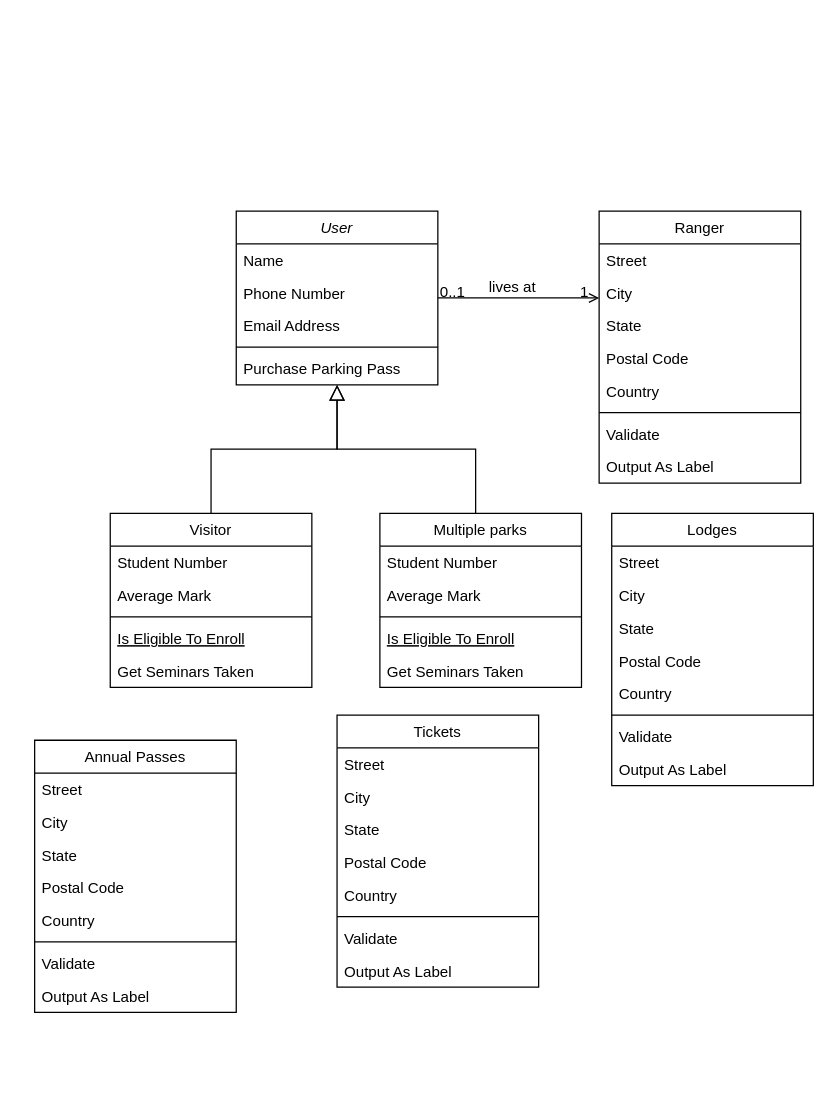
This is UML Class Diagram.drawio from cruz-welandi/UML_Class_Diagram, a draw.io file, before an edit. Source tidied: cells renumbered, new cells numbered last; positions are measured from the earlier drawing's top-left corner, leaving out a move shared by most shapes. Both pictures are drawn from the tidied source at 126%, with x=0, y=0 at pixel (34, 210).
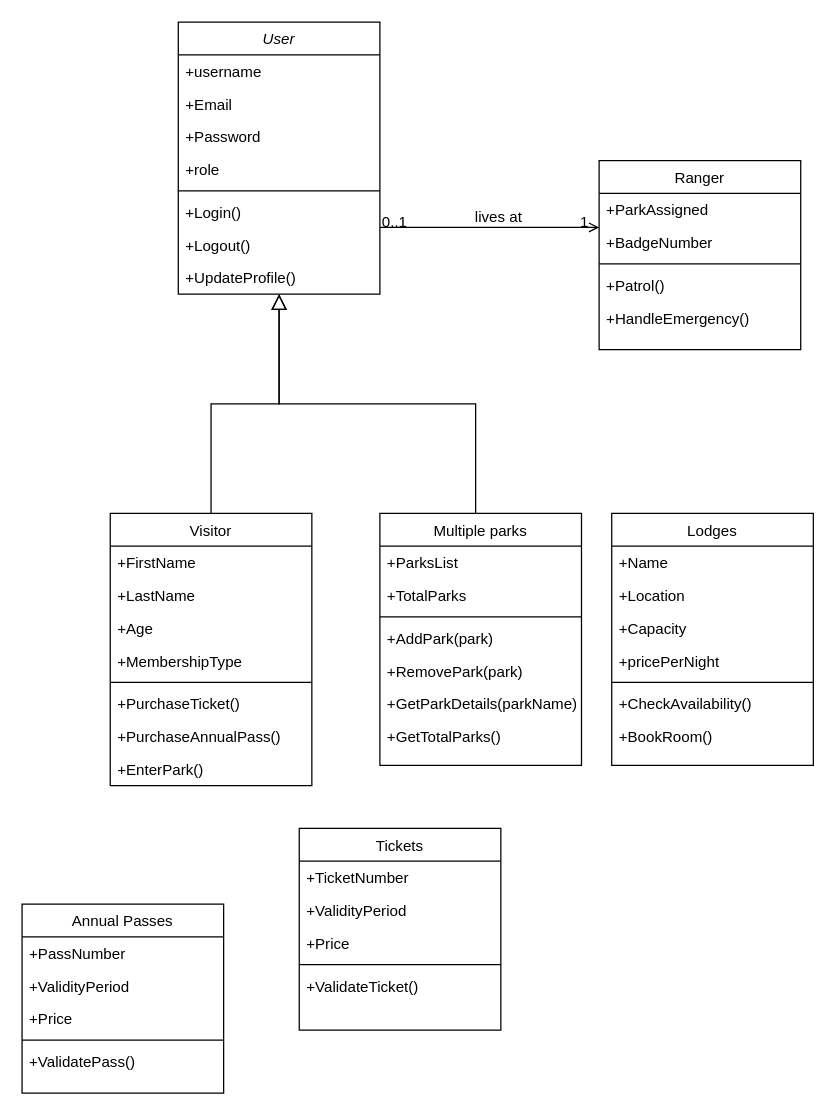
Above is the later version.

Commit message (it also covers changes not shown here):
Mettre à jour UML Class Diagram.drawio

The edit, as a diff of the source:
```diff
@@
     <mxCell id="2" value="User" style="swimlane;fontStyle=2;align=center;verticalAlign=top;horizontal=1;startSize=26;rounded=0;shadow=0;strokeWidth=1;" parent="1" vertex="1">
-      <mxGeometry x="160" width="160" height="138" as="geometry" />
+      <mxGeometry x="114" y="-150" width="160" height="216" as="geometry" />
     </mxCell>
-    <mxCell id="3" value="Name" style="text;align=left;verticalAlign=top;spacingLeft=4;spacingRight=4;overflow=hidden;" parent="2" vertex="1">
+    <mxCell id="3" value="+username" style="text;align=left;verticalAlign=top;spacingLeft=4;spacingRight=4;overflow=hidden;" parent="2" vertex="1">
       <mxGeometry y="26" width="160" height="26" as="geometry" />
     </mxCell>
-    <mxCell id="4" value="Phone Number" style="text;align=left;verticalAlign=top;spacingLeft=4;spacingRight=4;overflow=hidden;rounded=0;shadow=0;html=0;" parent="2" vertex="1">
+    <mxCell id="4" value="+Email" style="text;align=left;verticalAlign=top;spacingLeft=4;spacingRight=4;overflow=hidden;rounded=0;shadow=0;html=0;" parent="2" vertex="1">
       <mxGeometry y="52" width="160" height="26" as="geometry" />
     </mxCell>
-    <mxCell id="5" value="Email Address" style="text;align=left;verticalAlign=top;spacingLeft=4;spacingRight=4;overflow=hidden;rounded=0;shadow=0;html=0;" parent="2" vertex="1">
+    <mxCell id="5" value="+Password" style="text;align=left;verticalAlign=top;spacingLeft=4;spacingRight=4;overflow=hidden;rounded=0;shadow=0;html=0;" parent="2" vertex="1">
       <mxGeometry y="78" width="160" height="26" as="geometry" />
     </mxCell>
+    <mxCell id="62" value="+role" style="text;align=left;verticalAlign=top;spacingLeft=4;spacingRight=4;overflow=hidden;rounded=0;shadow=0;html=0;" parent="2" vertex="1">
+      <mxGeometry y="104" width="160" height="26" as="geometry" />
+    </mxCell>
     <mxCell id="6" style="line;html=1;strokeWidth=1;align=left;verticalAlign=middle;spacingTop=-1;spacingLeft=3;spacingRight=3;labelPosition=right;" parent="2" vertex="1">
-      <mxGeometry y="104" width="160" height="8" as="geometry" />
+      <mxGeometry y="130" width="160" height="8" as="geometry" />
     </mxCell>
-    <mxCell id="7" value="Purchase Parking Pass" style="text;align=left;verticalAlign=top;spacingLeft=4;spacingRight=4;overflow=hidden;" parent="2" vertex="1">
-      <mxGeometry y="112" width="160" height="26" as="geometry" />
+    <mxCell id="7" value="+Login()" style="text;align=left;verticalAlign=top;spacingLeft=4;spacingRight=4;overflow=hidden;" parent="2" vertex="1">
+      <mxGeometry y="138" width="160" height="26" as="geometry" />
     </mxCell>
+    <mxCell id="63" value="+Logout()" style="text;align=left;verticalAlign=top;spacingLeft=4;spacingRight=4;overflow=hidden;" parent="2" vertex="1">
+      <mxGeometry y="164" width="160" height="26" as="geometry" />
+    </mxCell>
+    <mxCell id="64" value="+UpdateProfile()" style="text;align=left;verticalAlign=top;spacingLeft=4;spacingRight=4;overflow=hidden;" parent="2" vertex="1">
+      <mxGeometry y="190" width="160" height="26" as="geometry" />
+    </mxCell>
     <mxCell id="8" value="Visitor" style="swimlane;fontStyle=0;align=center;verticalAlign=top;horizontal=1;startSize=26;rounded=0;shadow=0;strokeWidth=1;" parent="1" vertex="1">
-      <mxGeometry x="60" y="240" width="160" height="138" as="geometry" />
+      <mxGeometry x="60" y="240" width="160" height="216" as="geometry" />
     </mxCell>
-    <mxCell id="9" value="Student Number" style="text;align=left;verticalAlign=top;spacingLeft=4;spacingRight=4;overflow=hidden;" parent="8" vertex="1">
+    <mxCell id="9" value="+FirstName" style="text;align=left;verticalAlign=top;spacingLeft=4;spacingRight=4;overflow=hidden;" parent="8" vertex="1">
       <mxGeometry y="26" width="160" height="26" as="geometry" />
     </mxCell>
-    <mxCell id="10" value="Average Mark" style="text;align=left;verticalAlign=top;spacingLeft=4;spacingRight=4;overflow=hidden;rounded=0;shadow=0;html=0;" parent="8" vertex="1">
+    <mxCell id="10" value="+LastName" style="text;align=left;verticalAlign=top;spacingLeft=4;spacingRight=4;overflow=hidden;rounded=0;shadow=0;html=0;" parent="8" vertex="1">
       <mxGeometry y="52" width="160" height="26" as="geometry" />
     </mxCell>
+    <mxCell id="65" value="+Age" style="text;align=left;verticalAlign=top;spacingLeft=4;spacingRight=4;overflow=hidden;" parent="8" vertex="1">
+      <mxGeometry y="78" width="160" height="26" as="geometry" />
+    </mxCell>
+    <mxCell id="66" value="+MembershipType" style="text;align=left;verticalAlign=top;spacingLeft=4;spacingRight=4;overflow=hidden;" parent="8" vertex="1">
+      <mxGeometry y="104" width="160" height="26" as="geometry" />
+    </mxCell>
     <mxCell id="11" style="line;html=1;strokeWidth=1;align=left;verticalAlign=middle;spacingTop=-1;spacingLeft=3;spacingRight=3;labelPosition=right;" parent="8" vertex="1">
-      <mxGeometry y="78" width="160" height="8" as="geometry" />
+      <mxGeometry y="130" width="160" height="8" as="geometry" />
     </mxCell>
-    <mxCell id="12" value="Is Eligible To Enroll" style="text;align=left;verticalAlign=top;spacingLeft=4;spacingRight=4;overflow=hidden;fontStyle=4;" parent="8" vertex="1">
-      <mxGeometry y="86" width="160" height="26" as="geometry" />
+    <mxCell id="12" value="+PurchaseTicket()" style="text;align=left;verticalAlign=top;spacingLeft=4;spacingRight=4;overflow=hidden;fontStyle=0;" parent="8" vertex="1">
+      <mxGeometry y="138" width="160" height="26" as="geometry" />
     </mxCell>
-    <mxCell id="13" value="Get Seminars Taken" style="text;align=left;verticalAlign=top;spacingLeft=4;spacingRight=4;overflow=hidden;" parent="8" vertex="1">
-      <mxGeometry y="112" width="160" height="26" as="geometry" />
-    </mxCell>
+    <mxCell id="67" value="+PurchaseAnnualPass()" style="text;align=left;verticalAlign=top;spacingLeft=4;spacingRight=4;overflow=hidden;fontStyle=0;" parent="8" vertex="1">
+      <mxGeometry y="164" width="160" height="26" as="geometry" />
+    </mxCell>
+    <mxCell id="68" value="+EnterPark()" style="text;align=left;verticalAlign=top;spacingLeft=4;spacingRight=4;overflow=hidden;fontStyle=0;" parent="8" vertex="1">
+      <mxGeometry y="190" width="160" height="26" as="geometry" />
+    </mxCell>
@@
     <mxCell id="16" value="Ranger" style="swimlane;fontStyle=0;align=center;verticalAlign=top;horizontal=1;startSize=26;rounded=0;shadow=0;strokeWidth=1;" parent="1" vertex="1">
-      <mxGeometry x="448" width="160" height="216" as="geometry" />
+      <mxGeometry x="448" y="-40" width="160" height="150" as="geometry" />
     </mxCell>
-    <mxCell id="17" value="Street" style="text;align=left;verticalAlign=top;spacingLeft=4;spacingRight=4;overflow=hidden;" parent="16" vertex="1">
+    <mxCell id="17" value="+ParkAssigned" style="text;align=left;verticalAlign=top;spacingLeft=4;spacingRight=4;overflow=hidden;" parent="16" vertex="1">
       <mxGeometry y="26" width="160" height="26" as="geometry" />
     </mxCell>
-    <mxCell id="18" value="City" style="text;align=left;verticalAlign=top;spacingLeft=4;spacingRight=4;overflow=hidden;rounded=0;shadow=0;html=0;" parent="16" vertex="1">
+    <mxCell id="18" value="+BadgeNumber" style="text;align=left;verticalAlign=top;spacingLeft=4;spacingRight=4;overflow=hidden;rounded=0;shadow=0;html=0;" parent="16" vertex="1">
       <mxGeometry y="52" width="160" height="26" as="geometry" />
     </mxCell>
-    <mxCell id="19" value="State" style="text;align=left;verticalAlign=top;spacingLeft=4;spacingRight=4;overflow=hidden;rounded=0;shadow=0;html=0;" parent="16" vertex="1">
-      <mxGeometry y="78" width="160" height="26" as="geometry" />
-    </mxCell>
-    <mxCell id="20" value="Postal Code" style="text;align=left;verticalAlign=top;spacingLeft=4;spacingRight=4;overflow=hidden;rounded=0;shadow=0;html=0;" parent="16" vertex="1">
-      <mxGeometry y="104" width="160" height="26" as="geometry" />
-    </mxCell>
-    <mxCell id="21" value="Country" style="text;align=left;verticalAlign=top;spacingLeft=4;spacingRight=4;overflow=hidden;rounded=0;shadow=0;html=0;" parent="16" vertex="1">
-      <mxGeometry y="130" width="160" height="26" as="geometry" />
-    </mxCell>
     <mxCell id="22" style="line;html=1;strokeWidth=1;align=left;verticalAlign=middle;spacingTop=-1;spacingLeft=3;spacingRight=3;labelPosition=right;" parent="16" vertex="1">
-      <mxGeometry y="156" width="160" height="8" as="geometry" />
+      <mxGeometry y="78" width="160" height="8" as="geometry" />
     </mxCell>
-    <mxCell id="23" value="Validate" style="text;align=left;verticalAlign=top;spacingLeft=4;spacingRight=4;overflow=hidden;" parent="16" vertex="1">
-      <mxGeometry y="164" width="160" height="26" as="geometry" />
+    <mxCell id="23" value="+Patrol()" style="text;align=left;verticalAlign=top;spacingLeft=4;spacingRight=4;overflow=hidden;" parent="16" vertex="1">
+      <mxGeometry y="86" width="160" height="26" as="geometry" />
     </mxCell>
-    <mxCell id="24" value="Output As Label" style="text;align=left;verticalAlign=top;spacingLeft=4;spacingRight=4;overflow=hidden;" parent="16" vertex="1">
-      <mxGeometry y="190" width="160" height="26" as="geometry" />
+    <mxCell id="24" value="+HandleEmergency()" style="text;align=left;verticalAlign=top;spacingLeft=4;spacingRight=4;overflow=hidden;" parent="16" vertex="1">
+      <mxGeometry y="112" width="160" height="26" as="geometry" />
     </mxCell>
@@
     <mxCell id="29" value="Lodges" style="swimlane;fontStyle=0;align=center;verticalAlign=top;horizontal=1;startSize=26;rounded=0;shadow=0;strokeWidth=1;" parent="1" vertex="1">
-      <mxGeometry x="458" y="240" width="160" height="216" as="geometry" />
+      <mxGeometry x="458" y="240" width="160" height="200" as="geometry" />
     </mxCell>
-    <mxCell id="30" value="Street" style="text;align=left;verticalAlign=top;spacingLeft=4;spacingRight=4;overflow=hidden;" parent="29" vertex="1">
+    <mxCell id="30" value="+Name" style="text;align=left;verticalAlign=top;spacingLeft=4;spacingRight=4;overflow=hidden;" parent="29" vertex="1">
       <mxGeometry y="26" width="160" height="26" as="geometry" />
     </mxCell>
-    <mxCell id="31" value="City" style="text;align=left;verticalAlign=top;spacingLeft=4;spacingRight=4;overflow=hidden;rounded=0;shadow=0;html=0;" parent="29" vertex="1">
+    <mxCell id="31" value="+Location" style="text;align=left;verticalAlign=top;spacingLeft=4;spacingRight=4;overflow=hidden;rounded=0;shadow=0;html=0;" parent="29" vertex="1">
       <mxGeometry y="52" width="160" height="26" as="geometry" />
     </mxCell>
-    <mxCell id="32" value="State" style="text;align=left;verticalAlign=top;spacingLeft=4;spacingRight=4;overflow=hidden;rounded=0;shadow=0;html=0;" parent="29" vertex="1">
+    <mxCell id="32" value="+Capacity" style="text;align=left;verticalAlign=top;spacingLeft=4;spacingRight=4;overflow=hidden;rounded=0;shadow=0;html=0;" parent="29" vertex="1">
       <mxGeometry y="78" width="160" height="26" as="geometry" />
     </mxCell>
-    <mxCell id="33" value="Postal Code" style="text;align=left;verticalAlign=top;spacingLeft=4;spacingRight=4;overflow=hidden;rounded=0;shadow=0;html=0;" parent="29" vertex="1">
+    <mxCell id="33" value="+pricePerNight" style="text;align=left;verticalAlign=top;spacingLeft=4;spacingRight=4;overflow=hidden;rounded=0;shadow=0;html=0;" parent="29" vertex="1">
       <mxGeometry y="104" width="160" height="26" as="geometry" />
     </mxCell>
-    <mxCell id="34" value="Country" style="text;align=left;verticalAlign=top;spacingLeft=4;spacingRight=4;overflow=hidden;rounded=0;shadow=0;html=0;" parent="29" vertex="1">
-      <mxGeometry y="130" width="160" height="26" as="geometry" />
-    </mxCell>
     <mxCell id="35" style="line;html=1;strokeWidth=1;align=left;verticalAlign=middle;spacingTop=-1;spacingLeft=3;spacingRight=3;labelPosition=right;" parent="29" vertex="1">
-      <mxGeometry y="156" width="160" height="8" as="geometry" />
+      <mxGeometry y="130" width="160" height="8" as="geometry" />
     </mxCell>
-    <mxCell id="36" value="Validate" style="text;align=left;verticalAlign=top;spacingLeft=4;spacingRight=4;overflow=hidden;" parent="29" vertex="1">
-      <mxGeometry y="164" width="160" height="26" as="geometry" />
+    <mxCell id="36" value="+CheckAvailability()" style="text;align=left;verticalAlign=top;spacingLeft=4;spacingRight=4;overflow=hidden;" parent="29" vertex="1">
+      <mxGeometry y="138" width="160" height="26" as="geometry" />
     </mxCell>
-    <mxCell id="37" value="Output As Label" style="text;align=left;verticalAlign=top;spacingLeft=4;spacingRight=4;overflow=hidden;" parent="29" vertex="1">
-      <mxGeometry y="190" width="160" height="26" as="geometry" />
+    <mxCell id="37" value="+BookRoom()" style="text;align=left;verticalAlign=top;spacingLeft=4;spacingRight=4;overflow=hidden;" parent="29" vertex="1">
+      <mxGeometry y="164" width="160" height="26" as="geometry" />
     </mxCell>
     <mxCell id="38" value="Tickets" style="swimlane;fontStyle=0;align=center;verticalAlign=top;horizontal=1;startSize=26;rounded=0;shadow=0;strokeWidth=1;" parent="1" vertex="1">
-      <mxGeometry x="240" y="400" width="160" height="216" as="geometry" />
+      <mxGeometry x="210" y="490" width="160" height="160" as="geometry" />
     </mxCell>
-    <mxCell id="39" value="Street" style="text;align=left;verticalAlign=top;spacingLeft=4;spacingRight=4;overflow=hidden;" parent="38" vertex="1">
+    <mxCell id="39" value="+TicketNumber" style="text;align=left;verticalAlign=top;spacingLeft=4;spacingRight=4;overflow=hidden;" parent="38" vertex="1">
       <mxGeometry y="26" width="160" height="26" as="geometry" />
     </mxCell>
-    <mxCell id="40" value="City" style="text;align=left;verticalAlign=top;spacingLeft=4;spacingRight=4;overflow=hidden;rounded=0;shadow=0;html=0;" parent="38" vertex="1">
+    <mxCell id="40" value="+ValidityPeriod" style="text;align=left;verticalAlign=top;spacingLeft=4;spacingRight=4;overflow=hidden;rounded=0;shadow=0;html=0;" parent="38" vertex="1">
       <mxGeometry y="52" width="160" height="26" as="geometry" />
     </mxCell>
-    <mxCell id="41" value="State" style="text;align=left;verticalAlign=top;spacingLeft=4;spacingRight=4;overflow=hidden;rounded=0;shadow=0;html=0;" parent="38" vertex="1">
+    <mxCell id="41" value="+Price" style="text;align=left;verticalAlign=top;spacingLeft=4;spacingRight=4;overflow=hidden;rounded=0;shadow=0;html=0;" parent="38" vertex="1">
       <mxGeometry y="78" width="160" height="26" as="geometry" />
     </mxCell>
-    <mxCell id="42" value="Postal Code" style="text;align=left;verticalAlign=top;spacingLeft=4;spacingRight=4;overflow=hidden;rounded=0;shadow=0;html=0;" parent="38" vertex="1">
-      <mxGeometry y="104" width="160" height="26" as="geometry" />
-    </mxCell>
-    <mxCell id="43" value="Country" style="text;align=left;verticalAlign=top;spacingLeft=4;spacingRight=4;overflow=hidden;rounded=0;shadow=0;html=0;" parent="38" vertex="1">
-      <mxGeometry y="130" width="160" height="26" as="geometry" />
-    </mxCell>
     <mxCell id="44" style="line;html=1;strokeWidth=1;align=left;verticalAlign=middle;spacingTop=-1;spacingLeft=3;spacingRight=3;labelPosition=right;" parent="38" vertex="1">
-      <mxGeometry y="156" width="160" height="8" as="geometry" />
+      <mxGeometry y="104" width="160" height="8" as="geometry" />
     </mxCell>
-    <mxCell id="45" value="Validate" style="text;align=left;verticalAlign=top;spacingLeft=4;spacingRight=4;overflow=hidden;" parent="38" vertex="1">
-      <mxGeometry y="164" width="160" height="26" as="geometry" />
+    <mxCell id="45" value="+ValidateTicket()" style="text;align=left;verticalAlign=top;spacingLeft=4;spacingRight=4;overflow=hidden;" parent="38" vertex="1">
+      <mxGeometry y="112" width="160" height="26" as="geometry" />
     </mxCell>
-    <mxCell id="46" value="Output As Label" style="text;align=left;verticalAlign=top;spacingLeft=4;spacingRight=4;overflow=hidden;" parent="38" vertex="1">
-      <mxGeometry y="190" width="160" height="26" as="geometry" />
-    </mxCell>
     <mxCell id="47" value="Annual Passes" style="swimlane;fontStyle=0;align=center;verticalAlign=top;horizontal=1;startSize=26;rounded=0;shadow=0;strokeWidth=1;" parent="1" vertex="1">
-      <mxGeometry y="420" width="160" height="216" as="geometry" />
+      <mxGeometry x="-10" y="550" width="160" height="150" as="geometry" />
     </mxCell>
-    <mxCell id="48" value="Street" style="text;align=left;verticalAlign=top;spacingLeft=4;spacingRight=4;overflow=hidden;" parent="47" vertex="1">
+    <mxCell id="48" value="+PassNumber" style="text;align=left;verticalAlign=top;spacingLeft=4;spacingRight=4;overflow=hidden;" parent="47" vertex="1">
       <mxGeometry y="26" width="160" height="26" as="geometry" />
     </mxCell>
-    <mxCell id="49" value="City" style="text;align=left;verticalAlign=top;spacingLeft=4;spacingRight=4;overflow=hidden;rounded=0;shadow=0;html=0;" parent="47" vertex="1">
+    <mxCell id="49" value="+ValidityPeriod" style="text;align=left;verticalAlign=top;spacingLeft=4;spacingRight=4;overflow=hidden;rounded=0;shadow=0;html=0;" parent="47" vertex="1">
       <mxGeometry y="52" width="160" height="26" as="geometry" />
     </mxCell>
-    <mxCell id="50" value="State" style="text;align=left;verticalAlign=top;spacingLeft=4;spacingRight=4;overflow=hidden;rounded=0;shadow=0;html=0;" parent="47" vertex="1">
+    <mxCell id="50" value="+Price" style="text;align=left;verticalAlign=top;spacingLeft=4;spacingRight=4;overflow=hidden;rounded=0;shadow=0;html=0;" parent="47" vertex="1">
       <mxGeometry y="78" width="160" height="26" as="geometry" />
     </mxCell>
-    <mxCell id="51" value="Postal Code" style="text;align=left;verticalAlign=top;spacingLeft=4;spacingRight=4;overflow=hidden;rounded=0;shadow=0;html=0;" parent="47" vertex="1">
-      <mxGeometry y="104" width="160" height="26" as="geometry" />
-    </mxCell>
-    <mxCell id="52" value="Country" style="text;align=left;verticalAlign=top;spacingLeft=4;spacingRight=4;overflow=hidden;rounded=0;shadow=0;html=0;" parent="47" vertex="1">
-      <mxGeometry y="130" width="160" height="26" as="geometry" />
-    </mxCell>
     <mxCell id="53" style="line;html=1;strokeWidth=1;align=left;verticalAlign=middle;spacingTop=-1;spacingLeft=3;spacingRight=3;labelPosition=right;" parent="47" vertex="1">
-      <mxGeometry y="156" width="160" height="8" as="geometry" />
+      <mxGeometry y="104" width="160" height="8" as="geometry" />
     </mxCell>
-    <mxCell id="54" value="Validate" style="text;align=left;verticalAlign=top;spacingLeft=4;spacingRight=4;overflow=hidden;" parent="47" vertex="1">
-      <mxGeometry y="164" width="160" height="26" as="geometry" />
+    <mxCell id="54" value="+ValidatePass()" style="text;align=left;verticalAlign=top;spacingLeft=4;spacingRight=4;overflow=hidden;" parent="47" vertex="1">
+      <mxGeometry y="112" width="160" height="26" as="geometry" />
     </mxCell>
-    <mxCell id="55" value="Output As Label" style="text;align=left;verticalAlign=top;spacingLeft=4;spacingRight=4;overflow=hidden;" parent="47" vertex="1">
-      <mxGeometry y="190" width="160" height="26" as="geometry" />
-    </mxCell>
     <mxCell id="56" value="Multiple parks" style="swimlane;fontStyle=0;align=center;verticalAlign=top;horizontal=1;startSize=26;rounded=0;shadow=0;strokeWidth=1;" parent="1" vertex="1">
-      <mxGeometry x="274" y="240" width="160" height="138" as="geometry" />
+      <mxGeometry x="274" y="240" width="160" height="200" as="geometry" />
     </mxCell>
-    <mxCell id="57" value="Student Number" style="text;align=left;verticalAlign=top;spacingLeft=4;spacingRight=4;overflow=hidden;" parent="56" vertex="1">
+    <mxCell id="57" value="+ParksList" style="text;align=left;verticalAlign=top;spacingLeft=4;spacingRight=4;overflow=hidden;" parent="56" vertex="1">
       <mxGeometry y="26" width="160" height="26" as="geometry" />
     </mxCell>
-    <mxCell id="58" value="Average Mark" style="text;align=left;verticalAlign=top;spacingLeft=4;spacingRight=4;overflow=hidden;rounded=0;shadow=0;html=0;" parent="56" vertex="1">
+    <mxCell id="58" value="+TotalParks" style="text;align=left;verticalAlign=top;spacingLeft=4;spacingRight=4;overflow=hidden;rounded=0;shadow=0;html=0;" parent="56" vertex="1">
       <mxGeometry y="52" width="160" height="26" as="geometry" />
     </mxCell>
@@
-    <mxCell id="60" value="Is Eligible To Enroll" style="text;align=left;verticalAlign=top;spacingLeft=4;spacingRight=4;overflow=hidden;fontStyle=4;" parent="56" vertex="1">
+    <mxCell id="60" value="+AddPark(park)" style="text;align=left;verticalAlign=top;spacingLeft=4;spacingRight=4;overflow=hidden;fontStyle=0;" parent="56" vertex="1">
       <mxGeometry y="86" width="160" height="26" as="geometry" />
     </mxCell>
-    <mxCell id="61" value="Get Seminars Taken" style="text;align=left;verticalAlign=top;spacingLeft=4;spacingRight=4;overflow=hidden;" parent="56" vertex="1">
+    <mxCell id="61" value="+RemovePark(park)" style="text;align=left;verticalAlign=top;spacingLeft=4;spacingRight=4;overflow=hidden;" parent="56" vertex="1">
       <mxGeometry y="112" width="160" height="26" as="geometry" />
     </mxCell>
+    <mxCell id="69" value="+GetParkDetails(parkName)" style="text;align=left;verticalAlign=top;spacingLeft=4;spacingRight=4;overflow=hidden;" parent="56" vertex="1">
+      <mxGeometry y="138" width="160" height="26" as="geometry" />
+    </mxCell>
+    <mxCell id="70" value="+GetTotalParks()" style="text;align=left;verticalAlign=top;spacingLeft=4;spacingRight=4;overflow=hidden;" parent="56" vertex="1">
+      <mxGeometry y="164" width="160" height="26" as="geometry" />
+    </mxCell>
```
